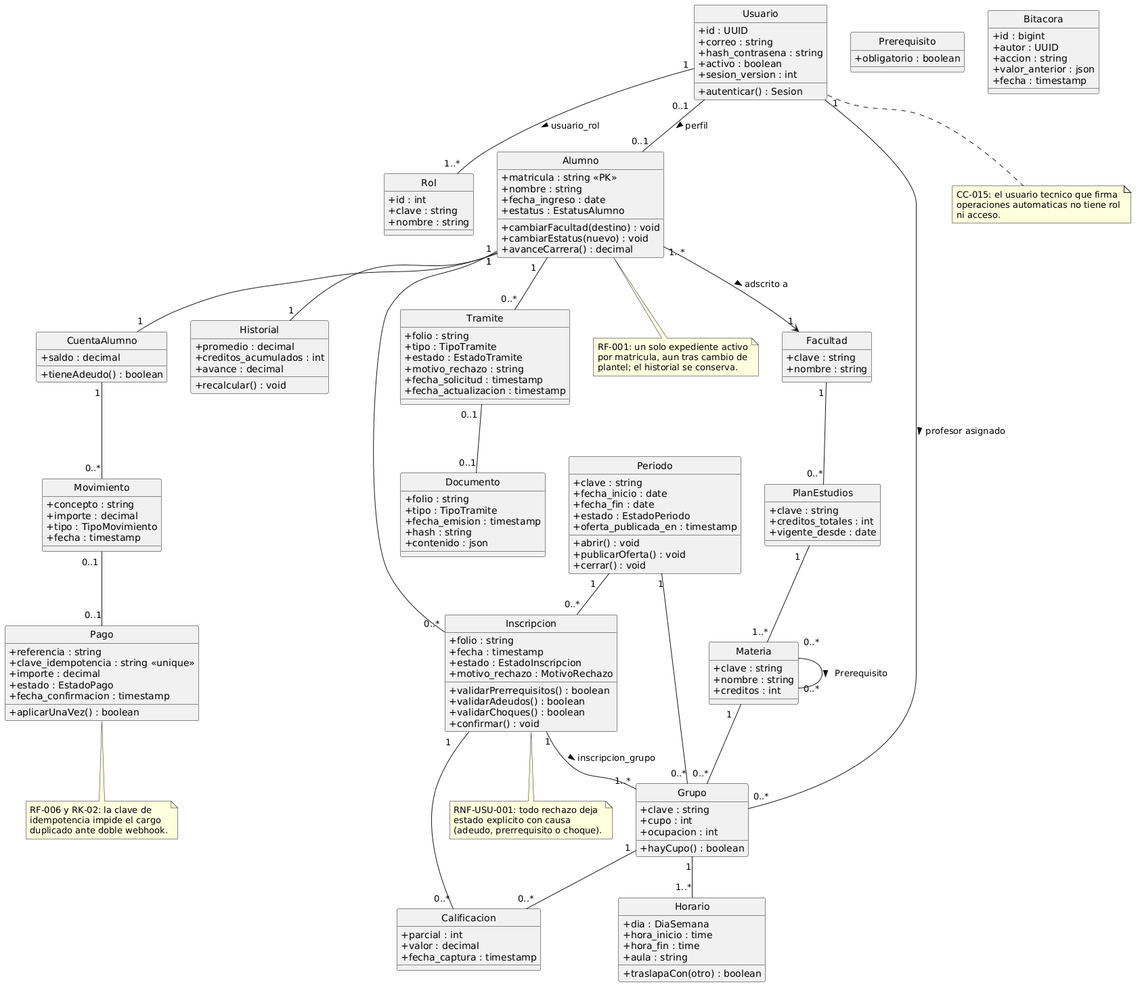
fjmp-dev/sce-control-escolar keeps this PlantUML diagram as docs/arquitectura/render/fig03-clases-dominio.png. Above is the earlier version.
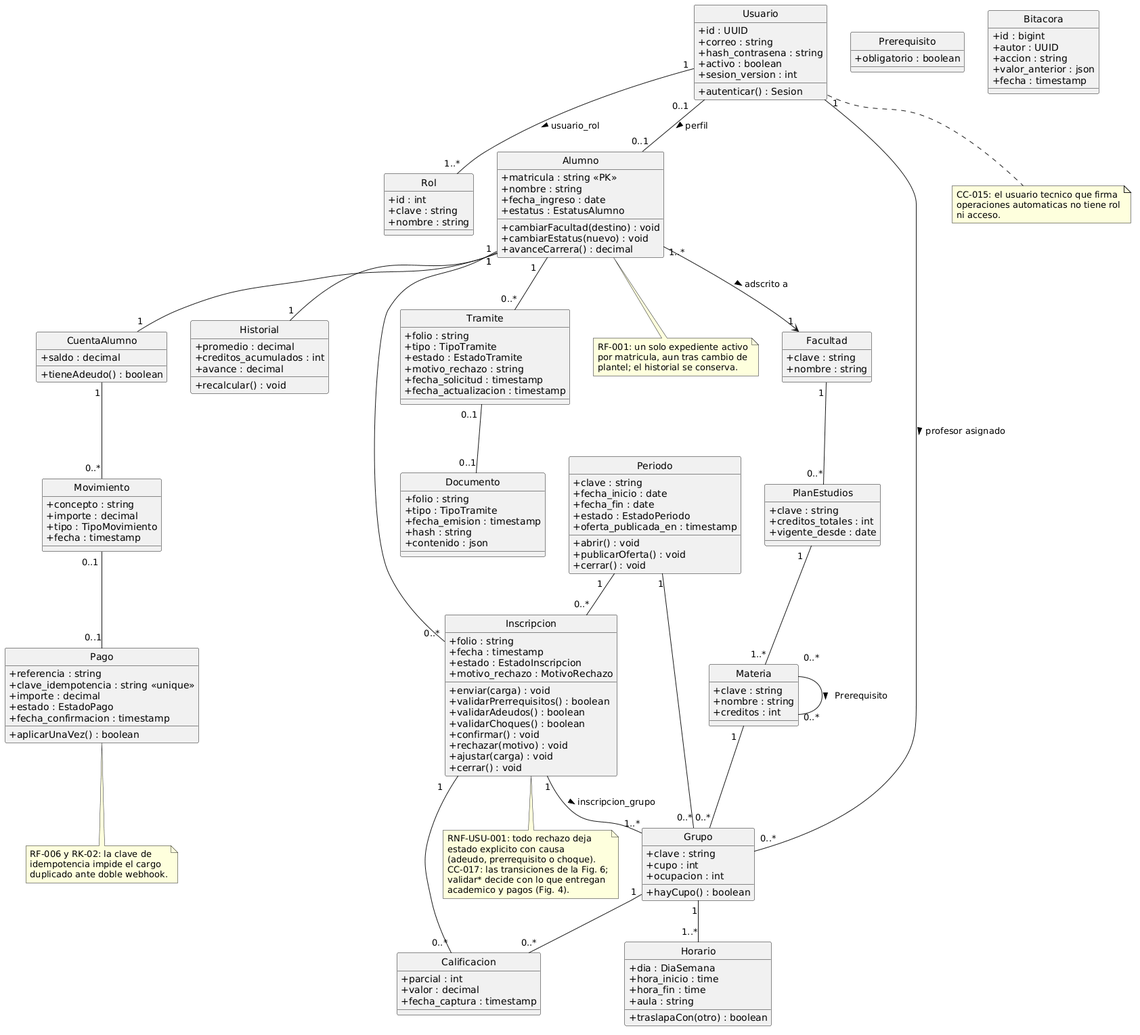
After the change.

Change to the diagram source:
```diff
@@ -80,10 +80,14 @@
   + fecha : timestamp
   + estado : EstadoInscripcion
   + motivo_rechazo : MotivoRechazo
+  + enviar(carga) : void
   + validarPrerrequisitos() : boolean
   + validarAdeudos() : boolean
   + validarChoques() : boolean
   + confirmar() : void
+  + rechazar(motivo) : void
+  + ajustar(carga) : void
+  + cerrar() : void
 }
 
 class Calificacion {
@@ -189,6 +193,9 @@
   RNF-USU-001: todo rechazo deja
   estado explicito con causa
   (adeudo, prerrequisito o choque).
+  CC-017: las transiciones de la Fig. 6;
+  validar* decide con lo que entregan
+  academico y pagos (Fig. 4).
 end note
 
 @enduml
```
